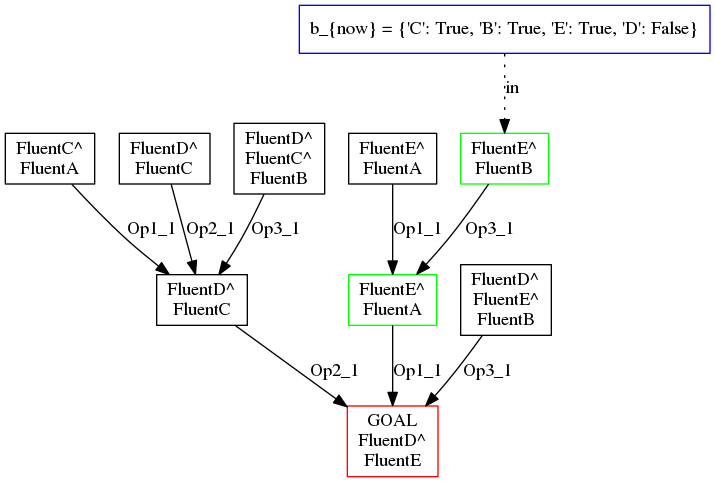
The Graphviz diagram mygraph1.png in mendes-jose/task-planning, before a commit. Its source is kept beside it as mygraph1.dot.
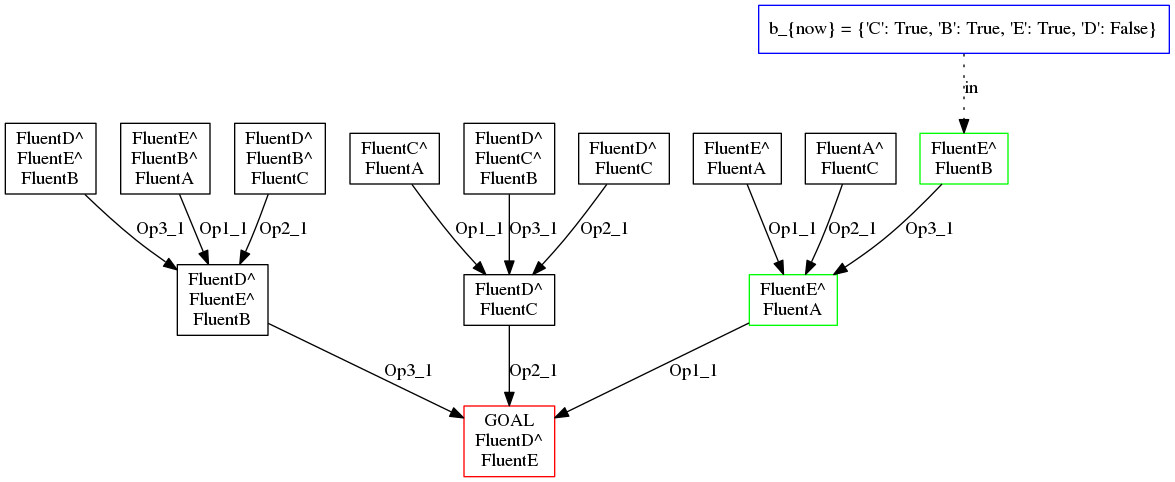
After the change.

Diff of the diagram source:
```diff
@@ -1,24 +1,32 @@
 digraph planningTree {
 	r0 [label="GOAL
 FluentD^\nFluentE", shape=box, color=red];
-	r1 [label="FluentD^\nFluentC", shape=box];
-	r1 -> r0 [label="Op2_1"];
-	r2 [label="FluentE^\nFluentA", shape=box];
-	r2 -> r0 [label="Op1_1"];
-	r3 [label="FluentD^\nFluentE^\nFluentB", shape=box];
-	r3 -> r0 [label="Op3_1"];
-	r4 [label="FluentC^\nFluentA", shape=box];
-	r4 -> r1 [label="Op1_1"];
-	r5 [label="FluentD^\nFluentC", shape=box];
-	r5 -> r1 [label="Op2_1"];
-	r6 [label="FluentD^\nFluentC^\nFluentB", shape=box];
-	r6 -> r1 [label="Op3_1"];
-	r7 [label="FluentE^\nFluentA", shape=box];
+	r1 [label="FluentD^\nFluentE^\nFluentB", shape=box];
+	r1 -> r0 [label="Op3_1"];
+	r2 [label="FluentD^\nFluentC", shape=box];
+	r2 -> r0 [label="Op2_1"];
+	r3 [label="FluentE^\nFluentA", shape=box];
+	r3 -> r0 [label="Op1_1"];
+	r4 [label="FluentD^\nFluentE^\nFluentB", shape=box];
+	r4 -> r1 [label="Op3_1"];
+	r5 [label="FluentE^\nFluentB^\nFluentA", shape=box];
+	r5 -> r1 [label="Op1_1"];
+	r6 [label="FluentD^\nFluentB^\nFluentC", shape=box];
+	r6 -> r1 [label="Op2_1"];
+	r7 [label="FluentC^\nFluentA", shape=box];
 	r7 -> r2 [label="Op1_1"];
-	r8 [label="FluentE^\nFluentB", shape=box];
+	r8 [label="FluentD^\nFluentC^\nFluentB", shape=box];
 	r8 -> r2 [label="Op3_1"];
-	r8[color = green];
-	r2[color = green];
+	r9 [label="FluentD^\nFluentC", shape=box];
+	r9 -> r2 [label="Op2_1"];
+	r10 [label="FluentE^\nFluentA", shape=box];
+	r10 -> r3 [label="Op1_1"];
+	r11 [label="FluentA^\nFluentC", shape=box];
+	r11 -> r3 [label="Op2_1"];
+	r12 [label="FluentE^\nFluentB", shape=box];
+	r12 -> r3 [label="Op3_1"];
+	r12[color = green];
+	r3[color = green];
 	bnow [shape=box, color=blue, label="b_{now} = {'C': True, 'B': True, 'E': True, 'D': False}"];
-	bnow -> r8 [label="in", style=dotted];
+	bnow -> r12 [label="in", style=dotted];
 }
```
